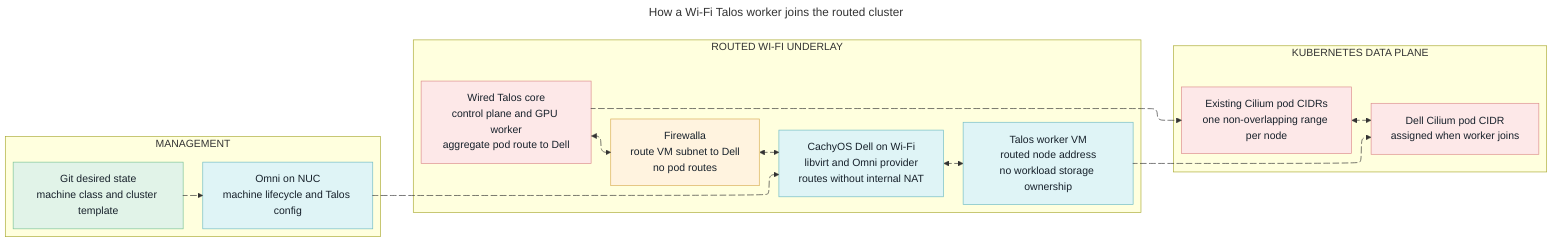
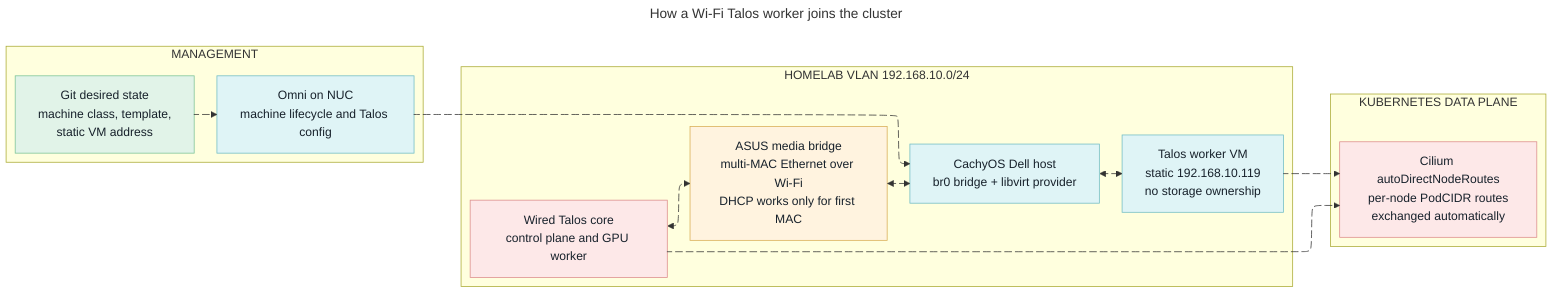
---
- title: How a Wi-Fi Talos worker joins the routed cluster
+ title: How a Wi-Fi Talos worker joins the cluster
config:
  layout: elk
---
flowchart LR
-   accTitle: Routed Wi-Fi Talos worker architecture
-   accDescr: Omni on the management NUC asks the provider on the Wi-Fi CachyOS host to create a Talos virtual machine. Firewalla routes the virtual-machine subnet to the host, while Cilium routes a unique pod subnet to each Talos node.
+   accTitle: Bridged Wi-Fi Talos worker architecture
+   accDescr: Omni on the management NUC asks the provider on the Wi-Fi CachyOS host to create a Talos virtual machine. An ASUS media bridge presents multi-MAC Ethernet over Wi-Fi, so the host and the VM sit directly on the HomeLab VLAN and Cilium exchanges pod routes automatically.

  subgraph MANAGEMENT["MANAGEMENT"]
    direction TB
    GIT["`Git desired state
-     machine class and cluster template`"]
+     machine class, template,
+     static VM address`"]
    OMNI["`Omni on NUC
    machine lifecycle and Talos config`"]
    GIT desired@--> OMNI
  end

-   subgraph UNDERLAY["ROUTED WI-FI UNDERLAY"]
+   subgraph LAN["HOMELAB VLAN 192.168.10.0/24"]
    direction LR
    CORE["`Wired Talos core
-     control plane and GPU worker
-     aggregate pod route to Dell`"]
-     FW["`Firewalla
-     route VM subnet to Dell
-     no pod routes`"]
-     DELL["`CachyOS Dell on Wi-Fi
-     libvirt and Omni provider
-     routes without internal NAT`"]
+     control plane and GPU worker`"]
+     MB["`ASUS media bridge
+     multi-MAC Ethernet over Wi-Fi
+     DHCP works only for first MAC`"]
+     DELL["`CachyOS Dell host
+     br0 bridge + libvirt provider`"]
    VM["`Talos worker VM
-     routed node address
-     no workload storage ownership`"]
-     CORE coreToFw@<--> FW
-     FW fwToDell@<--> DELL
+     static 192.168.10.119
+     no storage ownership`"]
+     CORE coreToMb@<--> MB
+     MB mbToDell@<--> DELL
    DELL dellToVm@<--> VM
  end

  subgraph PODS["KUBERNETES DATA PLANE"]
    direction TB
-     EXISTING["`Existing Cilium pod CIDRs
-     one non-overlapping range per node`"]
-     DELL_PODS["`Dell Cilium pod CIDR
-     assigned when worker joins`"]
-     EXISTING podRoute@<--> DELL_PODS
+     ROUTES["`Cilium autoDirectNodeRoutes
+     per-node PodCIDR routes
+     exchanged automatically`"]
  end

  OMNI request@--> DELL
-   CORE ownsExisting@--> EXISTING
-   VM ownsDell@--> DELL_PODS
+   CORE ownsExisting@--> ROUTES
+   VM ownsDell@--> ROUTES

  classDef action fill:#fde8e8,stroke:#dc8c8c,color:#17212b
  classDef desired fill:#e1f3e8,stroke:#7bc397,color:#17212b
  classDef controller fill:#dff4f6,stroke:#70bcc4,color:#17212b
  classDef external fill:#fff3df,stroke:#d8ad55,color:#17212b
  class GIT desired
  class OMNI,DELL,VM controller
-   class FW external
-   class CORE,EXISTING,DELL_PODS action
+   class MB external
+   class CORE,ROUTES action

  desired@{ animation: slow }
  request@{ animation: fast }
-   coreToFw@{ animation: fast }
-   fwToDell@{ animation: fast }
+   coreToMb@{ animation: fast }
+   mbToDell@{ animation: fast }
  dellToVm@{ animation: fast }
  ownsExisting@{ animation: slow }
  ownsDell@{ animation: slow }
-   podRoute@{ animation: fast }
